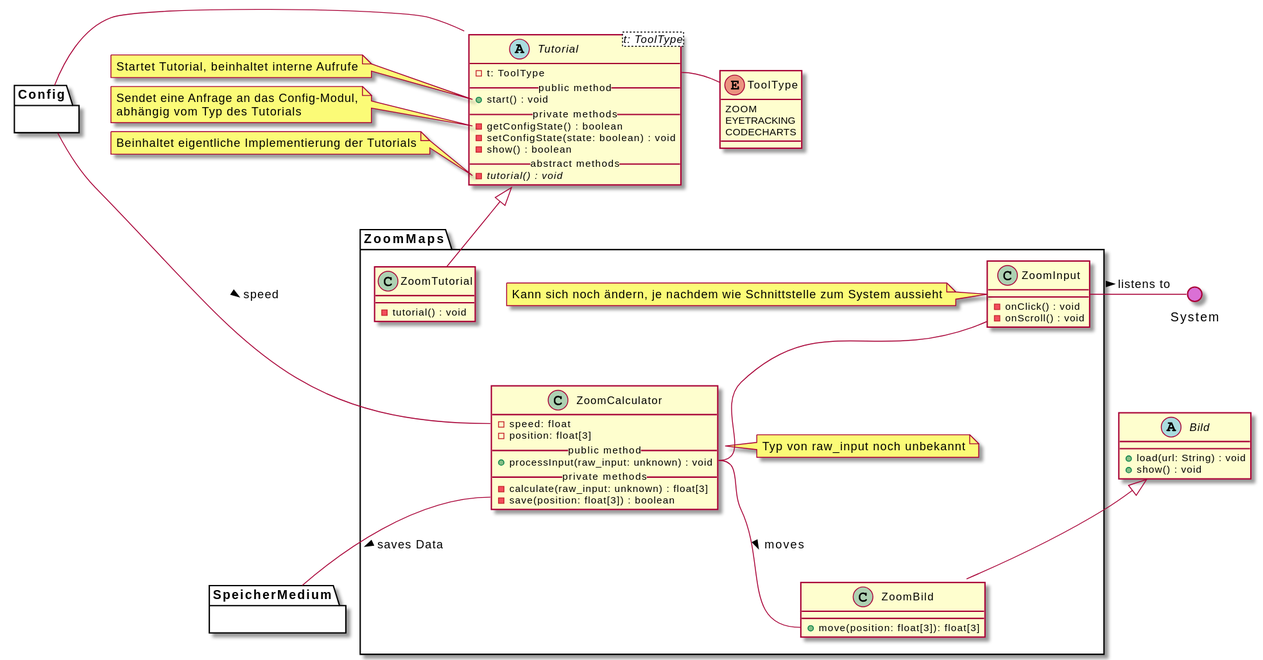
Above: meilenstein_03/uml-zoommaps/kommentiert/zoommaps-notes.svg in weichware10/meilensteine (PlantUML), before the change.
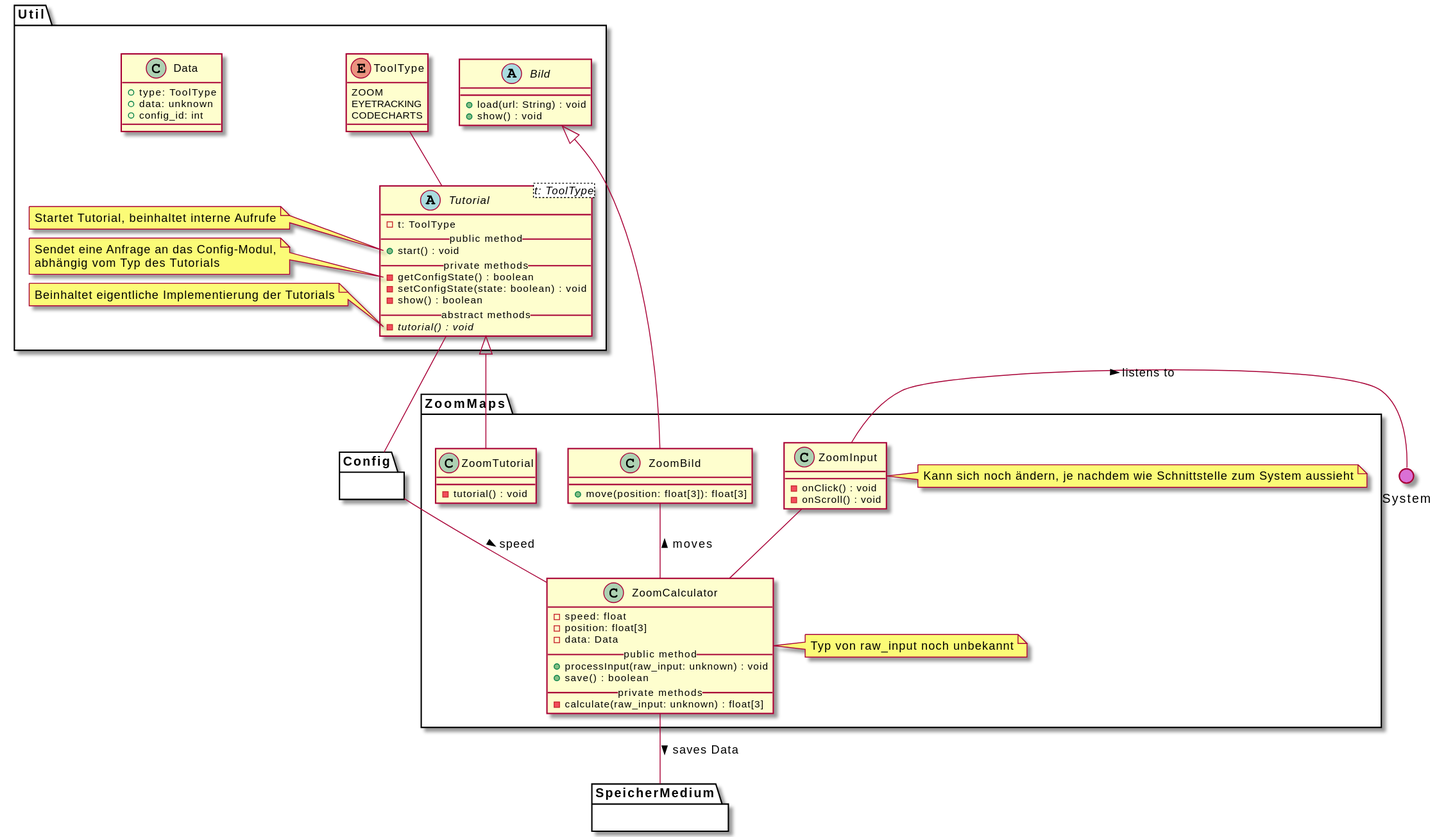
The same diagram one commit later.

Commit message:
Render PlantUML SVGs

What changed in the source:
```diff
@@ -2,44 +2,54 @@
 () System #DA70D5
 top to bottom direction
 
-abstract Tutorial<t: ToolType> {
-  - t: ToolType
-  __public method__
-  + start() : void
-  __private methods__
-  - getConfigState() : boolean
-  - setConfigState(state: boolean) : void
-  - show() : boolean
-  __abstract methods__
-  - {abstract} tutorial() : void
-}
+package Util {
+    abstract Tutorial<t: ToolType> {
+      - t: ToolType
+      __public method__
+      + start() : void
+      __private methods__
+      - getConfigState() : boolean
+      - setConfigState(state: boolean) : void
+      - show() : boolean
+      __abstract methods__
+      - {abstract} tutorial() : void
+    }
 
-enum ToolType {
-  ZOOM
-  EYETRACKING
-  CODECHARTS
-}
+    enum ToolType {
+      ZOOM
+      EYETRACKING
+      CODECHARTS
+    }
 
-note left of Tutorial::start
-    Startet Tutorial, beinhaltet interne Aufrufe
-end note
-note left of Tutorial::getConfigState
-    Sendet eine Anfrage an das Config-Modul,
-    abhängig vom Typ des Tutorials
-end note
-note left of Tutorial::tutorial
-    Beinhaltet eigentliche Implementierung der Tutorials
-end note
+    note left of Tutorial::start
+        Startet Tutorial, beinhaltet interne Aufrufe
+    end note
+    note left of Tutorial::getConfigState
+        Sendet eine Anfrage an das Config-Modul,
+        abhängig vom Typ des Tutorials
+    end note
+    note left of Tutorial::tutorial
+        Beinhaltet eigentliche Implementierung der Tutorials
+    end note
 
-Tutorial::t -r- ToolType
-Tutorial -l- Config
+    Tutorial -u- ToolType
+    Tutorial -d- Config
 
 
 
-abstract Bild {
-  + load(url: String) : void
-  + show() : void
+    abstract Bild {
+      + load(url: String) : void
+      + show() : void
+    }
+
+    class Data {
+        + type: ToolType
+        + data: unknown
+        + config_id: int
+    }
 }
+
+
 
 package ZoomMaps {
 
@@ -48,7 +58,7 @@
         - onScroll() : void
     }
 
-    note left of ZoomInput
+    note right of ZoomInput
         Kann sich noch ändern, je nachdem wie Schnittstelle zum System aussieht
     end note
 
@@ -59,11 +69,12 @@
     class ZoomCalculator {
         - speed: float
         - position: float[3]
+        - data: Data
         __public method__
         + processInput(raw_input: unknown) : void
+        + save() : boolean
         __private methods__
         - calculate(raw_input: unknown) : float[3]
-        - save(position: float[3]) : boolean
     }
 
     note right of ZoomCalculator
@@ -78,11 +89,11 @@
     Bild <|-- ZoomBild
     Tutorial <|-- ZoomTutorial
 
-    ZoomInput -- ZoomCalculator::processInput
-    ZoomCalculator::processInput  -- ZoomBild::move : > moves
+    ZoomInput -d- ZoomCalculator
+    ZoomCalculator  -u- ZoomBild : > moves
 
-    ZoomCalculator::save -- SpeicherMedium : > saves Data
-    ZoomCalculator::speed -l- Config : < speed
+    ZoomCalculator -- SpeicherMedium : > saves Data
+    ZoomCalculator -l- Config : < speed
     ZoomInput -r- System : > listens to
 
 }
```
